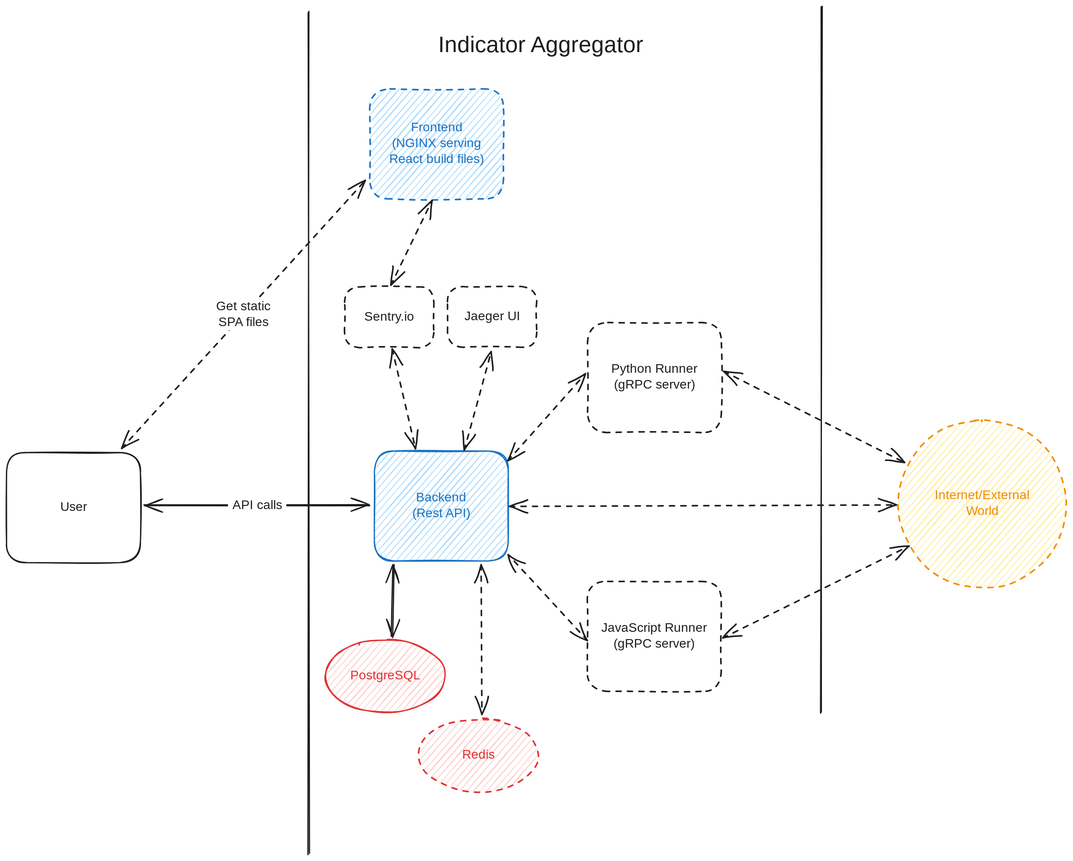
The Excalidraw diagram docs/diagrams/architecture.excalidraw.svg in BenJeau/indicator-aggregator, before a commit. Source tidied: one line per element, renumbered; positions are measured from the earlier drawing's top-left corner, leaving out a move shared by most shapes.
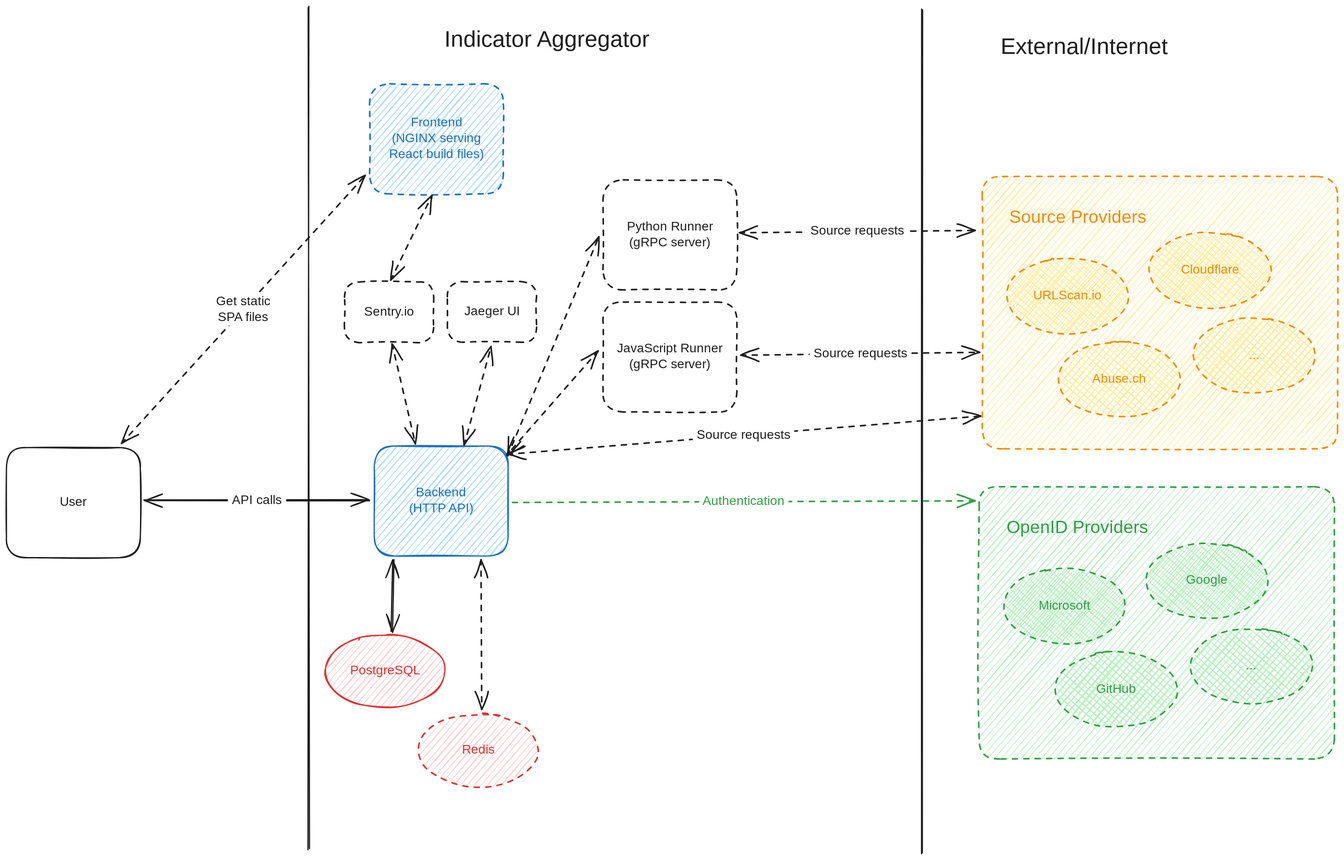
Above is the later version.

The edit, as a diff of the source:
```diff
@@ -1,33 +1,33 @@
 {"id": 0, "type": "rectangle", "strokeColor": "#1971c2", "backgroundColor": "#a5d8ff", "fillStyle": "hachure", "strokeWidth": 2, "strokeStyle": "dashed", "roughness": 1, "round": true, "x": 573, "y": 130, "width": 211, "height": 173}
 {"id": 1, "type": "text", "text": "Frontend\n(NGINX serving\nReact build files)", "strokeColor": "#1971c2", "strokeWidth": 2, "roughness": 1, "fontSize": 20, "fontFamily": 1, "textAlign": "center", "verticalAlign": "middle", "inside": 0, "x": 593, "y": 179, "width": 170, "height": 75}
 {"id": 2, "type": "rectangle", "strokeColor": "#1971c2", "backgroundColor": "#a5d8ff", "fillStyle": "hachure", "strokeWidth": 2, "roughness": 1, "round": true, "x": 580, "y": 701, "width": 211, "height": 173}
-{"id": 3, "type": "text", "text": "Backend\n(Rest API)", "strokeColor": "#1971c2", "strokeWidth": 2, "roughness": 1, "fontSize": 20, "fontFamily": 1, "textAlign": "center", "verticalAlign": "middle", "inside": 2, "x": 631, "y": 763, "width": 109, "height": 50}
+{"id": 3, "type": "text", "text": "Backend\n(HTTP API)", "strokeColor": "#1971c2", "strokeWidth": 2, "roughness": 1, "fontSize": 20, "fontFamily": 1, "textAlign": "center", "verticalAlign": "middle", "inside": 2, "x": 626, "y": 763, "width": 119, "height": 50}
 {"id": 4, "type": "line", "strokeColor": "#1e1e1e", "strokeWidth": 2, "roughness": 1, "round": true, "x": 476, "y": 9, "width": 0, "height": 1329, "points": [[0, 0], [0, 1329]]}
 {"id": 5, "type": "rectangle", "strokeColor": "#1e1e1e", "strokeWidth": 2, "roughness": 1, "round": true, "x": 0, "y": 704, "width": 211, "height": 173}
 {"id": 6, "type": "text", "text": "User", "strokeColor": "#1e1e1e", "strokeWidth": 2, "roughness": 1, "fontSize": 20, "fontFamily": 1, "textAlign": "center", "verticalAlign": "middle", "inside": 5, "x": 83, "y": 778, "width": 45, "height": 25}
 {"id": 7, "type": "arrow", "strokeColor": "#1e1e1e", "strokeWidth": 2, "strokeStyle": "dashed", "roughness": 1, "startArrowhead": "arrow", "endArrowhead": "arrow", "round": true, "from": 5, "to": 0, "x": 182, "y": 698, "width": 383, "height": 424, "points": [[0, 0], [383, -424]]}
 {"id": 8, "type": "text", "text": "Get static\nSPA files", "strokeColor": "#1e1e1e", "strokeWidth": 2, "roughness": 1, "fontSize": 20, "fontFamily": 1, "textAlign": "center", "verticalAlign": "middle", "inside": 7, "x": 312, "y": 491, "width": 109, "height": 50}
 {"id": 9, "type": "arrow", "strokeColor": "#1e1e1e", "strokeWidth": 2, "roughness": 1, "startArrowhead": "arrow", "endArrowhead": "arrow", "round": true, "from": 5, "to": 2, "x": 217, "y": 788, "width": 356, "height": 1, "points": [[0, 0], [356, -1]]}
-{"id": 10, "type": "text", "text": "API calls", "strokeColor": "#1e1e1e", "strokeWidth": 2, "roughness": 1, "fontSize": 20, "fontFamily": 1, "textAlign": "center", "verticalAlign": "middle", "inside": 9, "x": 309, "y": 708, "width": 92, "height": 25}
+{"id": 10, "type": "text", "text": "API calls", "strokeColor": "#1e1e1e", "strokeWidth": 2, "roughness": 1, "fontSize": 20, "fontFamily": 1, "textAlign": "center", "verticalAlign": "middle", "inside": 9, "x": 349, "y": 775, "width": 92, "height": 25}
 {"id": 11, "type": "arrow", "strokeColor": "#1e1e1e", "strokeWidth": 2, "roughness": 1, "startArrowhead": "arrow", "endArrowhead": "arrow", "round": true, "from": 2, "to": 13, "x": 610, "y": 880, "width": 2, "height": 114, "points": [[0, 0], [-2, 114]]}
 {"id": 12, "type": "arrow", "strokeColor": "#1e1e1e", "strokeWidth": 2, "strokeStyle": "dashed", "roughness": 1, "startArrowhead": "arrow", "endArrowhead": "arrow", "round": true, "from": 2, "to": 19, "x": 748, "y": 880, "width": 1, "height": 236, "points": [[0, 0], [1, 236]]}
 {"id": 13, "type": "ellipse", "strokeColor": "#e03131", "backgroundColor": "#ffc9c9", "fillStyle": "hachure", "strokeWidth": 2, "roughness": 1, "round": true, "x": 503, "y": 999, "width": 189, "height": 115}
 {"id": 14, "type": "text", "text": "PostgreSQL", "strokeColor": "#e03131", "strokeWidth": 2, "roughness": 1, "fontSize": 20, "fontFamily": 1, "textAlign": "center", "verticalAlign": "middle", "inside": 13, "x": 540, "y": 1044, "width": 114, "height": 25}
-{"id": 15, "type": "rectangle", "strokeColor": "#1e1e1e", "strokeWidth": 2, "strokeStyle": "dashed", "roughness": 1, "round": true, "x": 916, "y": 499, "width": 211, "height": 173}
+{"id": 15, "type": "rectangle", "strokeColor": "#1e1e1e", "strokeWidth": 2, "strokeStyle": "dashed", "roughness": 1, "round": true, "x": 941, "y": 282, "width": 211, "height": 173}
-{"id": 16, "type": "text", "text": "Python Runner\n(gRPC server)", "strokeColor": "#1e1e1e", "strokeWidth": 2, "roughness": 1, "fontSize": 20, "fontFamily": 1, "textAlign": "center", "verticalAlign": "middle", "inside": 15, "x": 953, "y": 560, "width": 137, "height": 50}
+{"id": 16, "type": "text", "text": "Python Runner\n(gRPC server)", "strokeColor": "#1e1e1e", "strokeWidth": 2, "roughness": 1, "fontSize": 20, "fontFamily": 1, "textAlign": "center", "verticalAlign": "middle", "inside": 15, "x": 977, "y": 343, "width": 137, "height": 50}
-{"id": 17, "type": "rectangle", "strokeColor": "#1e1e1e", "strokeWidth": 2, "strokeStyle": "dashed", "roughness": 1, "round": true, "x": 916, "y": 907, "width": 211, "height": 173}
+{"id": 17, "type": "rectangle", "strokeColor": "#1e1e1e", "strokeWidth": 2, "strokeStyle": "dashed", "roughness": 1, "round": true, "x": 941, "y": 474, "width": 211, "height": 173}
-{"id": 18, "type": "text", "text": "JavaScript Runner\n(gRPC server)", "strokeColor": "#1e1e1e", "strokeWidth": 2, "roughness": 1, "fontSize": 20, "fontFamily": 1, "textAlign": "center", "verticalAlign": "middle", "inside": 17, "x": 932, "y": 969, "width": 179, "height": 50}
+{"id": 18, "type": "text", "text": "JavaScript Runner\n(gRPC server)", "strokeColor": "#1e1e1e", "strokeWidth": 2, "roughness": 1, "fontSize": 20, "fontFamily": 1, "textAlign": "center", "verticalAlign": "middle", "inside": 17, "x": 957, "y": 536, "width": 179, "height": 50}
 {"id": 19, "type": "ellipse", "strokeColor": "#e03131", "backgroundColor": "#ffc9c9", "fillStyle": "hachure", "strokeWidth": 2, "strokeStyle": "dashed", "roughness": 1, "round": true, "x": 649, "y": 1124, "width": 189, "height": 115}
 {"id": 20, "type": "text", "text": "Redis", "strokeColor": "#e03131", "strokeWidth": 2, "roughness": 1, "fontSize": 20, "fontFamily": 1, "textAlign": "center", "verticalAlign": "middle", "inside": 19, "x": 719, "y": 1169, "width": 51, "height": 25}
-{"id": 21, "type": "arrow", "strokeColor": "#1e1e1e", "strokeWidth": 2, "strokeStyle": "dashed", "roughness": 1, "startArrowhead": "arrow", "endArrowhead": "arrow", "round": true, "to": 15, "x": 791, "y": 716, "width": 122, "height": 137, "points": [[0, 0], [122, -137]]}
+{"id": 21, "type": "arrow", "strokeColor": "#1e1e1e", "strokeWidth": 2, "strokeStyle": "dashed", "roughness": 1, "startArrowhead": "arrow", "endArrowhead": "arrow", "round": true, "to": 15, "x": 791, "y": 716, "width": 144, "height": 345, "points": [[0, 0], [144, -345]]}
-{"id": 22, "type": "arrow", "strokeColor": "#1e1e1e", "strokeWidth": 2, "strokeStyle": "dashed", "roughness": 1, "startArrowhead": "arrow", "endArrowhead": "arrow", "round": true, "from": 17, "x": 915, "y": 1001, "width": 125, "height": 135, "points": [[0, 0], [-125, -135]]}
+{"id": 22, "type": "arrow", "strokeColor": "#1e1e1e", "strokeWidth": 2, "strokeStyle": "dashed", "roughness": 1, "startArrowhead": "arrow", "endArrowhead": "arrow", "round": true, "from": 17, "x": 932, "y": 552, "width": 144, "height": 165, "points": [[0, 0], [-144, 165]]}
-{"id": 23, "type": "arrow", "strokeColor": "#1e1e1e", "strokeWidth": 2, "strokeStyle": "dashed", "roughness": 1, "startArrowhead": "arrow", "endArrowhead": "arrow", "round": true, "from": 15, "to": 26, "x": 1130, "y": 576, "width": 287, "height": 143, "points": [[0, 0], [287, 143]]}
+{"id": 23, "type": "arrow", "strokeColor": "#1e1e1e", "strokeWidth": 2, "strokeStyle": "dashed", "roughness": 1, "startArrowhead": "arrow", "endArrowhead": "arrow", "round": true, "from": 15, "to": 54, "x": 1155, "y": 365, "width": 373, "height": 4, "points": [[0, 0], [373, -4]]}
+{"id": 37, "type": "text", "text": "Source requests", "strokeColor": "#1e1e1e", "backgroundColor": "#b2f2bb", "fillStyle": "solid", "strokeWidth": 2, "strokeStyle": "dashed", "roughness": 1, "fontSize": 20, "fontFamily": 1, "textAlign": "center", "verticalAlign": "middle", "inside": 23, "x": 1178, "y": 570, "width": 160, "height": 25}
-{"id": 24, "type": "arrow", "strokeColor": "#1e1e1e", "strokeWidth": 2, "strokeStyle": "dashed", "roughness": 1, "startArrowhead": "arrow", "endArrowhead": "arrow", "round": true, "from": 17, "to": 26, "x": 1130, "y": 996, "width": 294, "height": 144, "points": [[0, 0], [294, -144]]}
+{"id": 24, "type": "arrow", "strokeColor": "#1e1e1e", "strokeWidth": 2, "strokeStyle": "dashed", "roughness": 1, "startArrowhead": "arrow", "endArrowhead": "arrow", "round": true, "from": 17, "to": 54, "x": 1158, "y": 557, "width": 377, "height": 3, "points": [[0, 0], [377, -3]]}
+{"id": 38, "type": "text", "text": "Source requests", "strokeColor": "#1e1e1e", "backgroundColor": "#b2f2bb", "fillStyle": "solid", "strokeWidth": 2, "strokeStyle": "dashed", "roughness": 1, "fontSize": 20, "fontFamily": 1, "textAlign": "center", "verticalAlign": "middle", "inside": 24, "x": 1200, "y": 821, "width": 160, "height": 25}
-{"id": 25, "type": "arrow", "strokeColor": "#1e1e1e", "strokeWidth": 2, "strokeStyle": "dashed", "roughness": 1, "startArrowhead": "arrow", "endArrowhead": "arrow", "round": true, "from": 2, "to": 26, "x": 792, "y": 789, "width": 610, "height": 2, "points": [[0, 0], [610, -2]]}
+{"id": 25, "type": "arrow", "strokeColor": "#1e1e1e", "strokeWidth": 2, "strokeStyle": "dashed", "roughness": 1, "startArrowhead": "arrow", "endArrowhead": "arrow", "round": true, "to": 54, "x": 789, "y": 714, "width": 746, "height": 60, "points": [[0, 0], [746, -60]]}
-{"id": 26, "type": "ellipse", "strokeColor": "#f08c00", "backgroundColor": "#ffec99", "fillStyle": "hachure", "strokeWidth": 2, "strokeStyle": "dashed", "roughness": 1, "round": true, "x": 1406, "y": 652, "width": 265, "height": 265}
-{"id": 27, "type": "text", "text": "Internet/External\nWorld", "strokeColor": "#f08c00", "strokeWidth": 2, "roughness": 1, "fontSize": 20, "fontFamily": 1, "textAlign": "center", "verticalAlign": "middle", "inside": 26, "x": 1450, "y": 760, "width": 176, "height": 50}
+{"id": 39, "type": "text", "text": "Source requests", "strokeColor": "#1e1e1e", "backgroundColor": "#b2f2bb", "fillStyle": "solid", "strokeWidth": 2, "strokeStyle": "dashed", "roughness": 1, "fontSize": 20, "fontFamily": 1, "textAlign": "center", "verticalAlign": "middle", "inside": 25, "x": 1011, "y": 688, "width": 160, "height": 25}
-{"id": 28, "type": "text", "text": "Indicator Aggregator", "strokeColor": "#1e1e1e", "backgroundColor": "#ffec99", "fillStyle": "hachure", "strokeWidth": 2, "roughness": 1, "fontSize": 36, "fontFamily": 1, "x": 681, "y": 39, "width": 373, "height": 45}
+{"id": 28, "type": "text", "text": "Indicator Aggregator", "strokeColor": "#1e1e1e", "backgroundColor": "#ffec99", "fillStyle": "hachure", "strokeWidth": 2, "roughness": 1, "fontSize": 36, "fontFamily": 1, "x": 690, "y": 39, "width": 373, "height": 45}
-{"id": 29, "type": "line", "strokeColor": "#1e1e1e", "strokeWidth": 2, "roughness": 1, "round": true, "x": 1285, "y": 0, "width": 0, "height": 1113, "points": [[0, 0], [0, 1113]]}
 {"id": 30, "type": "rectangle", "strokeColor": "#1e1e1e", "strokeWidth": 2, "strokeStyle": "dashed", "roughness": 1, "round": true, "x": 533, "y": 443, "width": 141, "height": 96}
 {"id": 31, "type": "text", "text": "Sentry.io", "strokeColor": "#1e1e1e", "strokeWidth": 2, "roughness": 1, "fontSize": 19.97, "fontFamily": 1, "textAlign": "center", "verticalAlign": "middle", "inside": 30, "x": 562, "y": 478, "width": 83, "height": 25}
 {"id": 32, "type": "rectangle", "strokeColor": "#1e1e1e", "strokeWidth": 2, "strokeStyle": "dashed", "roughness": 1, "round": true, "x": 695, "y": 442, "width": 141, "height": 96}
@@ -35,3 +35,27 @@
 {"id": 34, "type": "arrow", "strokeColor": "#1e1e1e", "strokeWidth": 2, "strokeStyle": "dashed", "roughness": 1, "startArrowhead": "arrow", "endArrowhead": "arrow", "round": true, "from": 2, "to": 32, "x": 721, "y": 699, "width": 43, "height": 154, "points": [[0, 0], [43, -154]]}
 {"id": 35, "type": "arrow", "strokeColor": "#1e1e1e", "strokeWidth": 2, "strokeStyle": "dashed", "roughness": 1, "startArrowhead": "arrow", "endArrowhead": "arrow", "round": true, "from": 30, "to": 2, "x": 608, "y": 541, "width": 37, "height": 156, "points": [[0, 0], [37, 156]]}
 {"id": 36, "type": "arrow", "strokeColor": "#1e1e1e", "strokeWidth": 2, "strokeStyle": "dashed", "roughness": 1, "startArrowhead": "arrow", "endArrowhead": "arrow", "round": true, "from": 30, "to": 0, "x": 606, "y": 439, "width": 65, "height": 132, "points": [[0, 0], [65, -132]]}
+{"id": 40, "type": "line", "strokeColor": "#1e1e1e", "strokeWidth": 2, "roughness": 1, "round": true, "x": 1445, "y": 14, "width": 0, "height": 1329, "points": [[0, 0], [0, 1329]]}
+{"id": 41, "type": "rectangle", "strokeColor": "#2f9e44", "backgroundColor": "#b2f2bb", "fillStyle": "hachure", "strokeWidth": 2, "strokeStyle": "dashed", "roughness": 1, "round": true, "x": 1534, "y": 766, "width": 560, "height": 429}
+{"id": 42, "type": "ellipse", "strokeColor": "#2f9e44", "backgroundColor": "#b2f2bb", "fillStyle": "cross-hatch", "strokeWidth": 2, "strokeStyle": "dashed", "roughness": 1, "round": true, "x": 1572, "y": 894, "width": 192, "height": 119}
+{"id": 43, "type": "text", "text": "Microsoft", "strokeColor": "#2f9e44", "strokeWidth": 2, "roughness": 1, "fontSize": 20, "fontFamily": 1, "textAlign": "center", "verticalAlign": "middle", "inside": 42, "x": 1622, "y": 941, "width": 92, "height": 25}
+{"id": 44, "type": "ellipse", "strokeColor": "#2f9e44", "backgroundColor": "#b2f2bb", "fillStyle": "cross-hatch", "strokeWidth": 2, "strokeStyle": "dashed", "roughness": 1, "round": true, "x": 1797, "y": 854, "width": 192, "height": 119}
+{"id": 45, "type": "text", "text": "Google", "strokeColor": "#2f9e44", "strokeWidth": 2, "roughness": 1, "fontSize": 20, "fontFamily": 1, "textAlign": "center", "verticalAlign": "middle", "inside": 44, "x": 1861, "y": 901, "width": 64, "height": 25}
+{"id": 46, "type": "ellipse", "strokeColor": "#2f9e44", "backgroundColor": "#b2f2bb", "fillStyle": "cross-hatch", "strokeWidth": 2, "strokeStyle": "dashed", "roughness": 1, "round": true, "x": 1654, "y": 1026, "width": 192, "height": 119}
+{"id": 47, "type": "text", "text": "GitHub", "strokeColor": "#2f9e44", "strokeWidth": 2, "roughness": 1, "fontSize": 20, "fontFamily": 1, "textAlign": "center", "verticalAlign": "middle", "inside": 46, "x": 1718, "y": 1073, "width": 64, "height": 25}
+{"id": 48, "type": "ellipse", "strokeColor": "#2f9e44", "backgroundColor": "#b2f2bb", "fillStyle": "cross-hatch", "strokeWidth": 2, "strokeStyle": "dashed", "roughness": 1, "round": true, "x": 1867, "y": 989, "width": 192, "height": 119}
+{"id": 49, "type": "text", "text": "...", "strokeColor": "#2f9e44", "strokeWidth": 2, "roughness": 1, "fontSize": 20, "fontFamily": 1, "textAlign": "center", "verticalAlign": "middle", "inside": 48, "x": 1955, "y": 1036, "width": 16, "height": 25}
+{"id": 50, "type": "text", "text": "OpenID Providers", "strokeColor": "#2f9e44", "strokeWidth": 2, "roughness": 1, "fontSize": 28, "fontFamily": 1, "x": 1577, "y": 814, "width": 239, "height": 35}
+{"id": 51, "type": "arrow", "strokeColor": "#2f9e44", "backgroundColor": "#b2f2bb", "fillStyle": "solid", "strokeWidth": 2, "strokeStyle": "dashed", "roughness": 1, "endArrowhead": "arrow", "round": true, "from": 2, "to": 41, "x": 798, "y": 790, "width": 730, "height": 1, "points": [[0, 0], [730, -1]]}
+{"id": 52, "type": "text", "text": "Authentication", "strokeColor": "#2f9e44", "backgroundColor": "#b2f2bb", "fillStyle": "solid", "strokeWidth": 2, "strokeStyle": "dashed", "roughness": 1, "fontSize": 20, "fontFamily": 1, "textAlign": "center", "verticalAlign": "middle", "inside": 51, "x": 990, "y": 823, "width": 141, "height": 25}
+{"id": 53, "type": "text", "text": "External/Internet", "strokeColor": "#1e1e1e", "backgroundColor": "#b2f2bb", "fillStyle": "solid", "strokeWidth": 2, "strokeStyle": "dashed", "roughness": 1, "fontSize": 36, "fontFamily": 1, "x": 1568, "y": 50, "width": 317, "height": 45}
+{"id": 54, "type": "rectangle", "strokeColor": "#f08c00", "backgroundColor": "#ffec99", "fillStyle": "hachure", "strokeWidth": 2, "strokeStyle": "dashed", "roughness": 1, "round": true, "x": 1539, "y": 276, "width": 560, "height": 429}
+{"id": 55, "type": "ellipse", "strokeColor": "#f08c00", "backgroundColor": "#ffec99", "fillStyle": "cross-hatch", "strokeWidth": 2, "strokeStyle": "dashed", "roughness": 1, "round": true, "x": 1577, "y": 405, "width": 192, "height": 119}
+{"id": 56, "type": "text", "text": "URLScan.io", "strokeColor": "#f08c00", "backgroundColor": "#ffec99", "fillStyle": "solid", "strokeWidth": 2, "roughness": 1, "fontSize": 20, "fontFamily": 1, "textAlign": "center", "verticalAlign": "middle", "inside": 55, "x": 1620, "y": 452, "width": 106, "height": 25}
+{"id": 57, "type": "ellipse", "strokeColor": "#f08c00", "backgroundColor": "#ffec99", "fillStyle": "cross-hatch", "strokeWidth": 2, "strokeStyle": "dashed", "roughness": 1, "round": true, "x": 1802, "y": 365, "width": 192, "height": 119}
+{"id": 58, "type": "text", "text": "Cloudflare", "strokeColor": "#f08c00", "backgroundColor": "#ffec99", "fillStyle": "solid", "strokeWidth": 2, "roughness": 1, "fontSize": 20, "fontFamily": 1, "textAlign": "center", "verticalAlign": "middle", "inside": 57, "x": 1848, "y": 412, "width": 100, "height": 25}
+{"id": 59, "type": "ellipse", "strokeColor": "#f08c00", "backgroundColor": "#ffec99", "fillStyle": "cross-hatch", "strokeWidth": 2, "strokeStyle": "dashed", "roughness": 1, "round": true, "x": 1659, "y": 537, "width": 192, "height": 119}
+{"id": 60, "type": "text", "text": "Abuse.ch", "strokeColor": "#f08c00", "backgroundColor": "#ffec99", "fillStyle": "solid", "strokeWidth": 2, "roughness": 1, "fontSize": 20, "fontFamily": 1, "textAlign": "center", "verticalAlign": "middle", "inside": 59, "x": 1714, "y": 583, "width": 82, "height": 25}
+{"id": 61, "type": "ellipse", "strokeColor": "#f08c00", "backgroundColor": "#ffec99", "fillStyle": "cross-hatch", "strokeWidth": 2, "strokeStyle": "dashed", "roughness": 1, "round": true, "x": 1872, "y": 499, "width": 192, "height": 119}
+{"id": 62, "type": "text", "text": "...", "strokeColor": "#f08c00", "backgroundColor": "#ffec99", "fillStyle": "solid", "strokeWidth": 2, "roughness": 1, "fontSize": 20, "fontFamily": 1, "textAlign": "center", "verticalAlign": "middle", "inside": 61, "x": 1960, "y": 546, "width": 16, "height": 25}
+{"id": 63, "type": "text", "text": "Source Providers", "strokeColor": "#f08c00", "backgroundColor": "#ffec99", "fillStyle": "solid", "strokeWidth": 2, "roughness": 1, "fontSize": 28, "fontFamily": 1, "x": 1582, "y": 324, "width": 229, "height": 35}
```
